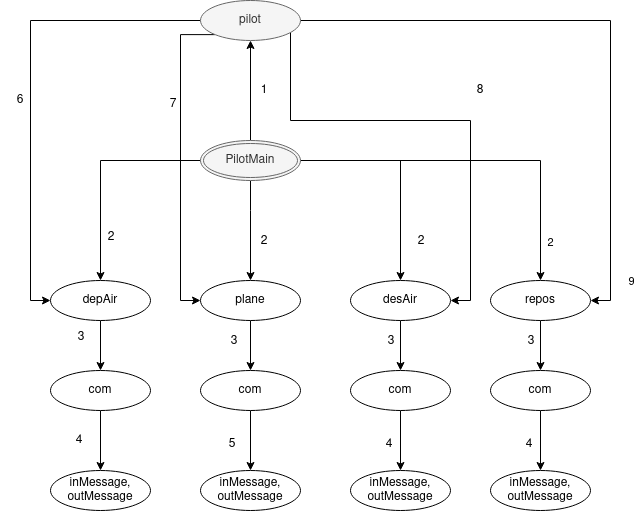
Before: assignment3/diagramas/PilotMain.png, a diagram exported from draw.io (MarianaPinto17/SD). Source tidied: cells renumbered, new cells last; positions are measured from the earlier drawing's top-left corner, leaving out a move shared by most shapes.
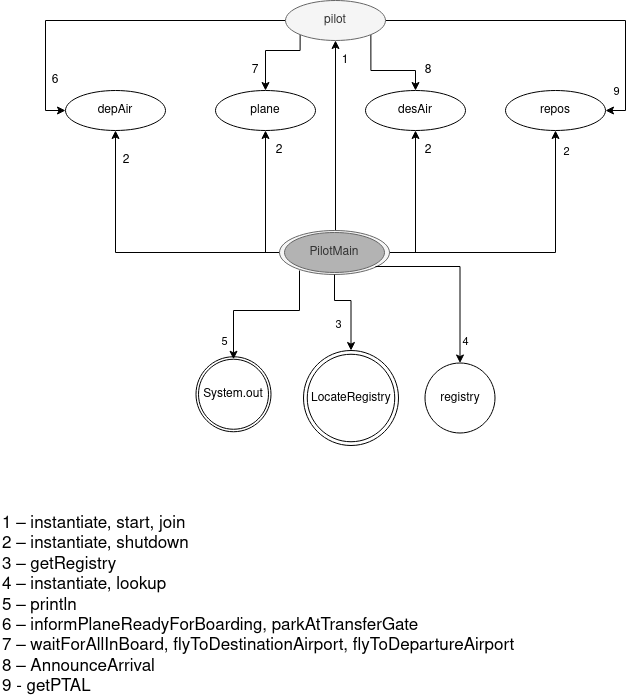
The same diagram one commit later.

The edit, as a diff of the source:
```diff
@@ -2,29 +2,25 @@
   <root>
     <mxCell id="0" />
     <mxCell id="1" parent="0" />
-    <mxCell id="2" style="edgeStyle=orthogonalEdgeStyle;rounded=0;jettySize=auto;html=1;entryX=0.5;entryY=0;entryDx=0;entryDy=0;" parent="1" edge="1" source="3" target="24">
-      <mxGeometry relative="1" as="geometry" />
-    </mxCell>
     <mxCell id="3" value="plane" style="ellipse;whiteSpace=wrap;html=1;align=center;" parent="1" vertex="1">
       <mxGeometry x="200" y="280" width="100" height="40" as="geometry" />
     </mxCell>
-    <mxCell id="4" style="edgeStyle=orthogonalEdgeStyle;rounded=0;jettySize=auto;html=1;entryX=1;entryY=0.5;entryDx=0;entryDy=0;" parent="1" edge="1" source="9" target="18">
+    <mxCell id="4" style="edgeStyle=orthogonalEdgeStyle;rounded=0;jettySize=auto;html=1;entryX=0.5;entryY=0;entryDx=0;entryDy=0;exitX=1;exitY=1;exitDx=0;exitDy=0;" parent="1" edge="1" source="9" target="18">
       <mxGeometry relative="1" as="geometry">
         <Array as="points">
-          <mxPoint x="290" y="120" />
-          <mxPoint x="470" y="120" />
-          <mxPoint x="470" y="300" />
+          <mxPoint x="355" y="260" />
+          <mxPoint x="400" y="260" />
         </Array>
       </mxGeometry>
     </mxCell>
     <mxCell id="5" style="edgeStyle=orthogonalEdgeStyle;rounded=0;jettySize=auto;html=1;entryX=0;entryY=0.5;entryDx=0;entryDy=0;" parent="1" edge="1" source="9" target="20">
       <mxGeometry relative="1" as="geometry" />
     </mxCell>
-    <mxCell id="6" style="edgeStyle=orthogonalEdgeStyle;rounded=0;jettySize=auto;html=1;exitX=0;exitY=1;exitDx=0;exitDy=0;entryX=0;entryY=0.5;entryDx=0;entryDy=0;" parent="1" edge="1" source="9" target="3">
+    <mxCell id="6" style="edgeStyle=orthogonalEdgeStyle;rounded=0;jettySize=auto;html=1;exitX=0;exitY=1;exitDx=0;exitDy=0;entryX=0.5;entryY=0;entryDx=0;entryDy=0;" parent="1" edge="1" source="9" target="3">
       <mxGeometry relative="1" as="geometry">
         <Array as="points">
-          <mxPoint x="180" y="34" />
-          <mxPoint x="180" y="300" />
+          <mxPoint x="285" y="240" />
+          <mxPoint x="250" y="240" />
         </Array>
       </mxGeometry>
     </mxCell>
@@ -33,138 +29,151 @@
     </mxCell>
     <mxCell id="8" value="9" style="edgeLabel;html=1;align=center;verticalAlign=middle;" parent="7" vertex="1">
       <mxGeometry x="0.57" y="-2" relative="1" as="geometry">
-        <mxPoint x="22" y="91" as="offset" />
+        <mxPoint x="-8" y="35" as="offset" />
       </mxGeometry>
     </mxCell>
     <mxCell id="9" value="pilot" style="ellipse;whiteSpace=wrap;html=1;align=center;fillColor=#f5f5f5;strokeColor=#666666;fontColor=#333333;" parent="1" vertex="1">
-      <mxGeometry x="200" width="100" height="40" as="geometry" />
+      <mxGeometry x="270" y="190" width="100" height="40" as="geometry" />
     </mxCell>
-    <mxCell id="10" style="edgeStyle=orthogonalEdgeStyle;rounded=0;jettySize=auto;html=1;entryX=0.5;entryY=0;entryDx=0;entryDy=0;" parent="1" edge="1" source="16" target="3">
+    <mxCell id="10" style="edgeStyle=orthogonalEdgeStyle;rounded=0;jettySize=auto;html=1;entryX=0.5;entryY=1;entryDx=0;entryDy=0;exitX=0;exitY=0.5;exitDx=0;exitDy=0;" parent="1" edge="1" source="51" target="3">
       <mxGeometry relative="1" as="geometry">
         <Array as="points">
-          <mxPoint x="250" y="210" />
-          <mxPoint x="250" y="210" />
+          <mxPoint x="250" y="442" />
         </Array>
       </mxGeometry>
     </mxCell>
-    <mxCell id="11" style="edgeStyle=orthogonalEdgeStyle;rounded=0;jettySize=auto;html=1;entryX=0.5;entryY=1;entryDx=0;entryDy=0;" parent="1" edge="1" source="16" target="9">
-      <mxGeometry relative="1" as="geometry" />
+    <mxCell id="11" style="edgeStyle=orthogonalEdgeStyle;rounded=0;jettySize=auto;html=1;entryX=0.5;entryY=1;entryDx=0;entryDy=0;exitX=0.5;exitY=0;exitDx=0;exitDy=0;" parent="1" edge="1" source="51" target="9">
+      <mxGeometry relative="1" as="geometry">
+        <Array as="points">
+          <mxPoint x="320" y="420" />
+        </Array>
+      </mxGeometry>
     </mxCell>
-    <mxCell id="12" style="edgeStyle=orthogonalEdgeStyle;rounded=0;jettySize=auto;html=1;entryX=0.5;entryY=0;entryDx=0;entryDy=0;" parent="1" edge="1" source="16" target="20">
+    <mxCell id="12" style="edgeStyle=orthogonalEdgeStyle;rounded=0;jettySize=auto;html=1;entryX=0.5;entryY=1;entryDx=0;entryDy=0;exitX=0;exitY=0.5;exitDx=0;exitDy=0;" parent="1" edge="1" source="51" target="20">
       <mxGeometry relative="1" as="geometry" />
     </mxCell>
-    <mxCell id="13" style="edgeStyle=orthogonalEdgeStyle;rounded=0;jettySize=auto;html=1;entryX=0.5;entryY=0;entryDx=0;entryDy=0;" parent="1" edge="1" source="16" target="18">
-      <mxGeometry relative="1" as="geometry" />
+    <mxCell id="13" style="edgeStyle=orthogonalEdgeStyle;rounded=0;jettySize=auto;html=1;entryX=0.5;entryY=1;entryDx=0;entryDy=0;exitX=1;exitY=0.5;exitDx=0;exitDy=0;" parent="1" edge="1" source="51" target="18">
+      <mxGeometry relative="1" as="geometry">
+        <Array as="points">
+          <mxPoint x="400" y="442" />
+        </Array>
+      </mxGeometry>
     </mxCell>
-    <mxCell id="14" style="edgeStyle=orthogonalEdgeStyle;rounded=0;jettySize=auto;html=1;entryX=0.5;entryY=0;entryDx=0;entryDy=0;" parent="1" edge="1" source="16" target="44">
-      <mxGeometry relative="1" as="geometry" />
+    <mxCell id="14" style="edgeStyle=orthogonalEdgeStyle;rounded=0;jettySize=auto;html=1;entryX=0.5;entryY=1;entryDx=0;entryDy=0;exitX=1;exitY=0.5;exitDx=0;exitDy=0;entryPerimeter=0;" parent="1" edge="1" source="51" target="44">
+      <mxGeometry relative="1" as="geometry">
+        <Array as="points">
+          <mxPoint x="540" y="442" />
+        </Array>
+      </mxGeometry>
     </mxCell>
     <mxCell id="15" value="2" style="edgeLabel;html=1;align=center;verticalAlign=middle;" parent="14" vertex="1">
       <mxGeometry x="0.49" y="4" relative="1" as="geometry">
-        <mxPoint x="5" y="52" as="offset" />
+        <mxPoint x="14" y="-53" as="offset" />
       </mxGeometry>
     </mxCell>
-    <mxCell id="16" value="PilotMain" style="ellipse;shape=doubleEllipse;margin=3;whiteSpace=wrap;html=1;align=center;fillColor=#f5f5f5;strokeColor=#666666;fontColor=#333333;" parent="1" vertex="1">
-      <mxGeometry x="200" y="140" width="100" height="40" as="geometry" />
-    </mxCell>
-    <mxCell id="17" style="edgeStyle=orthogonalEdgeStyle;rounded=0;jettySize=auto;html=1;entryX=0.5;entryY=0;entryDx=0;entryDy=0;" parent="1" edge="1" source="18" target="26">
-      <mxGeometry relative="1" as="geometry" />
-    </mxCell>
     <mxCell id="18" value="desAir" style="ellipse;whiteSpace=wrap;html=1;align=center;" parent="1" vertex="1">
       <mxGeometry x="350" y="280" width="100" height="40" as="geometry" />
     </mxCell>
-    <mxCell id="19" style="edgeStyle=orthogonalEdgeStyle;rounded=0;jettySize=auto;html=1;entryX=0.5;entryY=0;entryDx=0;entryDy=0;" parent="1" edge="1" source="20" target="22">
-      <mxGeometry relative="1" as="geometry" />
-    </mxCell>
     <mxCell id="20" value="depAir" style="ellipse;whiteSpace=wrap;html=1;align=center;" parent="1" vertex="1">
       <mxGeometry x="50" y="280" width="100" height="40" as="geometry" />
     </mxCell>
-    <mxCell id="21" style="edgeStyle=orthogonalEdgeStyle;rounded=0;jettySize=auto;html=1;entryX=0.5;entryY=0;entryDx=0;entryDy=0;" parent="1" edge="1" source="22" target="27">
-      <mxGeometry relative="1" as="geometry" />
-    </mxCell>
-    <mxCell id="22" value="com" style="ellipse;whiteSpace=wrap;html=1;align=center;" parent="1" vertex="1">
-      <mxGeometry x="50" y="370" width="100" height="40" as="geometry" />
-    </mxCell>
-    <mxCell id="23" style="edgeStyle=orthogonalEdgeStyle;rounded=0;jettySize=auto;html=1;entryX=0.5;entryY=0;entryDx=0;entryDy=0;" parent="1" edge="1" source="24" target="28">
-      <mxGeometry relative="1" as="geometry" />
-    </mxCell>
-    <mxCell id="24" value="com" style="ellipse;whiteSpace=wrap;html=1;align=center;" parent="1" vertex="1">
-      <mxGeometry x="200" y="370" width="100" height="40" as="geometry" />
-    </mxCell>
-    <mxCell id="25" style="edgeStyle=orthogonalEdgeStyle;rounded=0;jettySize=auto;html=1;entryX=0.5;entryY=0;entryDx=0;entryDy=0;" parent="1" edge="1" source="26" target="29">
-      <mxGeometry relative="1" as="geometry" />
-    </mxCell>
-    <mxCell id="26" value="com" style="ellipse;whiteSpace=wrap;html=1;align=center;" parent="1" vertex="1">
-      <mxGeometry x="350" y="370" width="100" height="40" as="geometry" />
-    </mxCell>
-    <mxCell id="27" value="&lt;div&gt;inMessage,&lt;/div&gt;&lt;div&gt;outMessage&lt;br&gt;&lt;/div&gt;" style="ellipse;whiteSpace=wrap;html=1;align=center;" parent="1" vertex="1">
-      <mxGeometry x="50" y="470" width="100" height="40" as="geometry" />
-    </mxCell>
-    <mxCell id="28" value="&lt;div&gt;inMessage,&lt;/div&gt;&lt;div&gt;outMessage&lt;br&gt;&lt;/div&gt;" style="ellipse;whiteSpace=wrap;html=1;align=center;" parent="1" vertex="1">
-      <mxGeometry x="200" y="470" width="100" height="40" as="geometry" />
-    </mxCell>
-    <mxCell id="29" value="&lt;div&gt;inMessage,&lt;/div&gt;&lt;div&gt;outMessage&lt;br&gt;&lt;/div&gt;" style="ellipse;whiteSpace=wrap;html=1;align=center;" parent="1" vertex="1">
-      <mxGeometry x="350" y="470" width="100" height="40" as="geometry" />
-    </mxCell>
     <mxCell id="30" value="1" style="text;html=1;strokeColor=none;fillColor=none;align=center;verticalAlign=middle;whiteSpace=wrap;rounded=0;" parent="1" vertex="1">
-      <mxGeometry x="244" y="80" width="40" height="20" as="geometry" />
+      <mxGeometry x="310" y="240" width="40" height="20" as="geometry" />
     </mxCell>
     <mxCell id="31" value="2" style="text;html=1;strokeColor=none;fillColor=none;align=center;verticalAlign=middle;whiteSpace=wrap;rounded=0;" parent="1" vertex="1">
-      <mxGeometry x="91" y="227" width="40" height="20" as="geometry" />
+      <mxGeometry x="91" y="340" width="40" height="20" as="geometry" />
     </mxCell>
     <mxCell id="32" value="2" style="text;html=1;strokeColor=none;fillColor=none;align=center;verticalAlign=middle;whiteSpace=wrap;rounded=0;" parent="1" vertex="1">
-      <mxGeometry x="244" y="231" width="40" height="20" as="geometry" />
+      <mxGeometry x="244" y="330" width="40" height="20" as="geometry" />
     </mxCell>
     <mxCell id="33" value="2" style="text;html=1;strokeColor=none;fillColor=none;align=center;verticalAlign=middle;whiteSpace=wrap;rounded=0;" parent="1" vertex="1">
-      <mxGeometry x="401" y="231" width="40" height="20" as="geometry" />
+      <mxGeometry x="392.5" y="330" width="40" height="20" as="geometry" />
     </mxCell>
-    <mxCell id="34" value="3" style="text;html=1;strokeColor=none;fillColor=none;align=center;verticalAlign=middle;whiteSpace=wrap;rounded=0;" parent="1" vertex="1">
-      <mxGeometry x="61" y="327" width="40" height="20" as="geometry" />
-    </mxCell>
-    <mxCell id="35" value="3" style="text;html=1;strokeColor=none;fillColor=none;align=center;verticalAlign=middle;whiteSpace=wrap;rounded=0;" parent="1" vertex="1">
-      <mxGeometry x="214" y="331" width="40" height="20" as="geometry" />
-    </mxCell>
-    <mxCell id="36" value="3" style="text;html=1;strokeColor=none;fillColor=none;align=center;verticalAlign=middle;whiteSpace=wrap;rounded=0;" parent="1" vertex="1">
-      <mxGeometry x="371" y="331" width="40" height="20" as="geometry" />
-    </mxCell>
-    <mxCell id="37" value="4" style="text;html=1;strokeColor=none;fillColor=none;align=center;verticalAlign=middle;whiteSpace=wrap;rounded=0;" parent="1" vertex="1">
-      <mxGeometry x="59" y="430" width="40" height="20" as="geometry" />
-    </mxCell>
-    <mxCell id="38" value="5" style="text;html=1;strokeColor=none;fillColor=none;align=center;verticalAlign=middle;whiteSpace=wrap;rounded=0;" parent="1" vertex="1">
-      <mxGeometry x="212" y="434" width="40" height="20" as="geometry" />
-    </mxCell>
-    <mxCell id="39" value="4" style="text;html=1;strokeColor=none;fillColor=none;align=center;verticalAlign=middle;whiteSpace=wrap;rounded=0;" parent="1" vertex="1">
-      <mxGeometry x="369" y="434" width="40" height="20" as="geometry" />
-    </mxCell>
     <mxCell id="40" value="6" style="text;html=1;strokeColor=none;fillColor=none;align=center;verticalAlign=middle;whiteSpace=wrap;rounded=0;" parent="1" vertex="1">
-      <mxGeometry y="90" width="40" height="20" as="geometry" />
+      <mxGeometry x="20" y="260" width="40" height="20" as="geometry" />
     </mxCell>
     <mxCell id="41" value="7" style="text;html=1;strokeColor=none;fillColor=none;align=center;verticalAlign=middle;whiteSpace=wrap;rounded=0;" parent="1" vertex="1">
-      <mxGeometry x="153" y="94" width="40" height="20" as="geometry" />
+      <mxGeometry x="220" y="250" width="40" height="20" as="geometry" />
     </mxCell>
     <mxCell id="42" value="8" style="text;html=1;strokeColor=none;fillColor=none;align=center;verticalAlign=middle;whiteSpace=wrap;rounded=0;" parent="1" vertex="1">
-      <mxGeometry x="460" y="80" width="40" height="20" as="geometry" />
+      <mxGeometry x="392.5" y="250" width="40" height="20" as="geometry" />
     </mxCell>
-    <mxCell id="43" style="edgeStyle=orthogonalEdgeStyle;rounded=0;jettySize=auto;html=1;entryX=0.5;entryY=0;entryDx=0;entryDy=0;" parent="1" edge="1" source="44" target="46">
-      <mxGeometry relative="1" as="geometry" />
-    </mxCell>
     <mxCell id="44" value="repos" style="ellipse;whiteSpace=wrap;html=1;align=center;" parent="1" vertex="1">
       <mxGeometry x="490" y="280" width="100" height="40" as="geometry" />
     </mxCell>
-    <mxCell id="45" style="edgeStyle=orthogonalEdgeStyle;rounded=0;jettySize=auto;html=1;entryX=0.5;entryY=0;entryDx=0;entryDy=0;" parent="1" edge="1" source="46" target="47">
-      <mxGeometry relative="1" as="geometry" />
-    </mxCell>
-    <mxCell id="46" value="com" style="ellipse;whiteSpace=wrap;html=1;align=center;" parent="1" vertex="1">
-      <mxGeometry x="490" y="370" width="100" height="40" as="geometry" />
-    </mxCell>
-    <mxCell id="47" value="&lt;div&gt;inMessage,&lt;/div&gt;&lt;div&gt;outMessage&lt;br&gt;&lt;/div&gt;" style="ellipse;whiteSpace=wrap;html=1;align=center;" parent="1" vertex="1">
-      <mxGeometry x="490" y="470" width="100" height="40" as="geometry" />
-    </mxCell>
-    <mxCell id="48" value="3" style="text;html=1;strokeColor=none;fillColor=none;align=center;verticalAlign=middle;whiteSpace=wrap;rounded=0;" parent="1" vertex="1">
-      <mxGeometry x="511" y="331" width="40" height="20" as="geometry" />
-    </mxCell>
-    <mxCell id="49" value="4" style="text;html=1;strokeColor=none;fillColor=none;align=center;verticalAlign=middle;whiteSpace=wrap;rounded=0;" parent="1" vertex="1">
-      <mxGeometry x="509" y="434" width="40" height="20" as="geometry" />
-    </mxCell>
+    <mxCell id="50" style="group;" parent="1" vertex="1">
+      <mxGeometry x="264" y="420" width="110" height="44" as="geometry" />
+    </mxCell>
+    <mxCell id="51" value="PilotMain" style="ellipse;whiteSpace=wrap;html=1;align=center;fillColor=#f5f5f5;strokeColor=#666666;fontColor=#333333;" parent="50" vertex="1">
+      <mxGeometry width="110" height="44" as="geometry" />
+    </mxCell>
+    <mxCell id="52" value="PilotMain" style="ellipse;whiteSpace=wrap;html=1;align=center;strokeColor=#666666;fontColor=#333333;fillColor=#B3B3B3;" parent="50" vertex="1">
+      <mxGeometry x="5" y="2" width="100" height="40" as="geometry" />
+    </mxCell>
+    <mxCell id="53" style="group;" parent="1" vertex="1">
+      <mxGeometry x="180.5" y="546.2" width="75" height="75" as="geometry" />
+    </mxCell>
+    <mxCell id="54" value="System" style="ellipse;whiteSpace=wrap;html=1;align=center;" parent="53" vertex="1">
+      <mxGeometry width="75" height="75" as="geometry" />
+    </mxCell>
+    <mxCell id="55" value="System.out" style="ellipse;whiteSpace=wrap;html=1;align=center;" parent="53" vertex="1">
+      <mxGeometry x="2.5" y="2.5" width="70" height="70" as="geometry" />
+    </mxCell>
+    <mxCell id="56" style="edgeStyle=orthogonalEdgeStyle;rounded=0;jettySize=auto;html=1;entryX=0.5;entryY=0;entryDx=0;entryDy=0;" parent="1" edge="1" target="55">
+      <mxGeometry relative="1" as="geometry">
+        <mxPoint x="284" y="460" as="sourcePoint" />
+        <Array as="points">
+          <mxPoint x="284" y="500" />
+          <mxPoint x="218" y="500" />
+        </Array>
+      </mxGeometry>
+    </mxCell>
+    <mxCell id="38" value="5" style="edgeLabel;html=1;align=center;verticalAlign=middle;" parent="56" vertex="1">
+      <mxGeometry x="-0.24" relative="1" as="geometry">
+        <mxPoint x="-57" y="30" as="offset" />
+      </mxGeometry>
+    </mxCell>
+    <mxCell id="57" style="group;" parent="1" vertex="1">
+      <mxGeometry x="288" y="540" width="95" height="95" as="geometry" />
+    </mxCell>
+    <mxCell id="58" value="LocateRegistry" style="ellipse;whiteSpace=wrap;html=1;align=center;" parent="57" vertex="1">
+      <mxGeometry width="95" height="95" as="geometry" />
+    </mxCell>
+    <mxCell id="59" value="LocateRegistry" style="ellipse;whiteSpace=wrap;html=1;align=center;" parent="57" vertex="1">
+      <mxGeometry x="3.8" y="3.8" width="87.5" height="87.5" as="geometry" />
+    </mxCell>
+    <mxCell id="60" style="edgeStyle=orthogonalEdgeStyle;rounded=0;jettySize=auto;html=1;entryX=0.5;entryY=0;entryDx=0;entryDy=0;exitX=0.5;exitY=1;exitDx=0;exitDy=0;" parent="1" edge="1" source="51" target="58">
+      <mxGeometry relative="1" as="geometry">
+        <Array as="points">
+          <mxPoint x="319" y="490" />
+          <mxPoint x="335" y="490" />
+        </Array>
+      </mxGeometry>
+    </mxCell>
+    <mxCell id="61" value="3" style="edgeLabel;html=1;align=center;verticalAlign=middle;" parent="60" vertex="1">
+      <mxGeometry x="0.58" y="-3" relative="1" as="geometry">
+        <mxPoint x="-10" y="-7" as="offset" />
+      </mxGeometry>
+    </mxCell>
+    <mxCell id="62" value="registry" style="ellipse;whiteSpace=wrap;html=1;align=center;" parent="1" vertex="1">
+      <mxGeometry x="409.5" y="552.5" width="70" height="70" as="geometry" />
+    </mxCell>
+    <mxCell id="63" style="edgeStyle=orthogonalEdgeStyle;rounded=0;jettySize=auto;html=1;entryX=0.5;entryY=0;entryDx=0;entryDy=0;" parent="1" edge="1" target="62">
+      <mxGeometry relative="1" as="geometry">
+        <mxPoint x="360" y="456" as="sourcePoint" />
+        <Array as="points">
+          <mxPoint x="445" y="456" />
+          <mxPoint x="445" y="553" />
+        </Array>
+      </mxGeometry>
+    </mxCell>
+    <mxCell id="64" value="4" style="edgeLabel;html=1;align=center;verticalAlign=middle;" parent="63" vertex="1">
+      <mxGeometry x="0.52" y="-3" relative="1" as="geometry">
+        <mxPoint x="8" y="22" as="offset" />
+      </mxGeometry>
+    </mxCell>
+    <mxCell id="65" value="&lt;div align=&quot;left&quot;&gt;&lt;font style=&quot;font-size: 17px&quot;&gt;1 – instantiate, start, join&lt;/font&gt;&lt;br&gt;&lt;font style=&quot;font-size: 17px&quot;&gt;2 – instantiate, shutdown&lt;/font&gt;&lt;br&gt;&lt;font style=&quot;font-size: 17px&quot;&gt;3 – &lt;/font&gt;&lt;font style=&quot;font-size: 17px&quot;&gt;getRegistry&lt;/font&gt;&lt;br&gt;&lt;font style=&quot;font-size: 17px&quot;&gt;4 – &lt;/font&gt;&lt;font style=&quot;font-size: 17px&quot;&gt;instantiate, lookup&lt;/font&gt;&lt;br&gt;&lt;font style=&quot;font-size: 17px&quot;&gt;5 – &lt;/font&gt;&lt;font style=&quot;font-size: 17px&quot;&gt;println&lt;/font&gt;&lt;br&gt;&lt;font style=&quot;font-size: 17px&quot;&gt;6 – informPlaneReadyForBoarding, parkAtTransferGate&lt;/font&gt;&lt;br&gt;&lt;font style=&quot;font-size: 17px&quot;&gt;7 – waitForAllInBoard, flyToDestinationAirport, flyToDepartureAirport&lt;/font&gt;&lt;br&gt;&lt;font style=&quot;font-size: 17px&quot;&gt;8 – AnnounceArrival&lt;/font&gt;&lt;br&gt;&lt;font style=&quot;font-size: 17px&quot;&gt;9 - getPTAL&lt;/font&gt;&lt;/div&gt;" style="text;html=1;align=left;verticalAlign=middle;strokeColor=none;" parent="1" vertex="1">
+      <mxGeometry x="-15" y="720" width="530" height="150" as="geometry" />
+    </mxCell>
   </root>
 </mxGraphModel>
```
